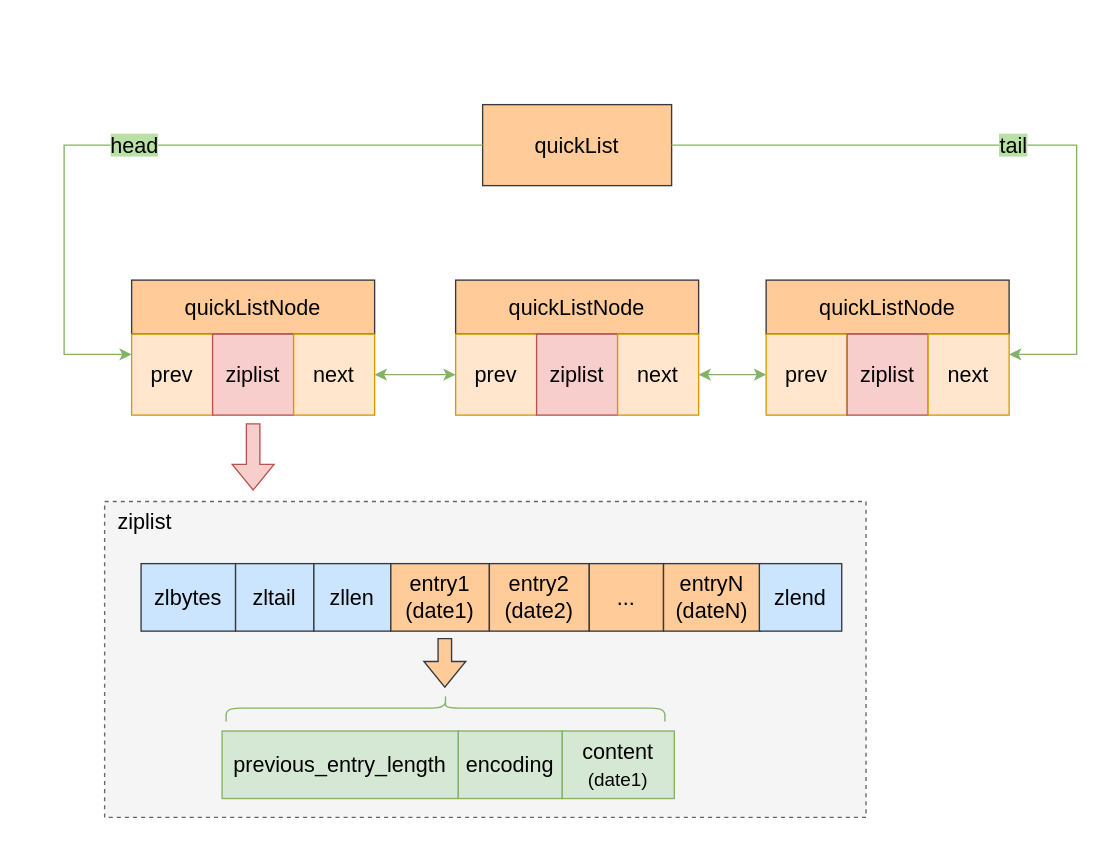
zhangyuying-cn/images keeps this draw.io diagram as page "Redis-List" (3 of 3) of Redis/Redis.drawio. Above is the earlier version. Source tidied: cells renumbered, new cells numbered last; positions are measured from the earlier drawing's top-left corner, leaving out a move shared by most shapes. Both pictures are drawn from the tidied source at 135%, with x=0, y=0 at pixel (63, 104).
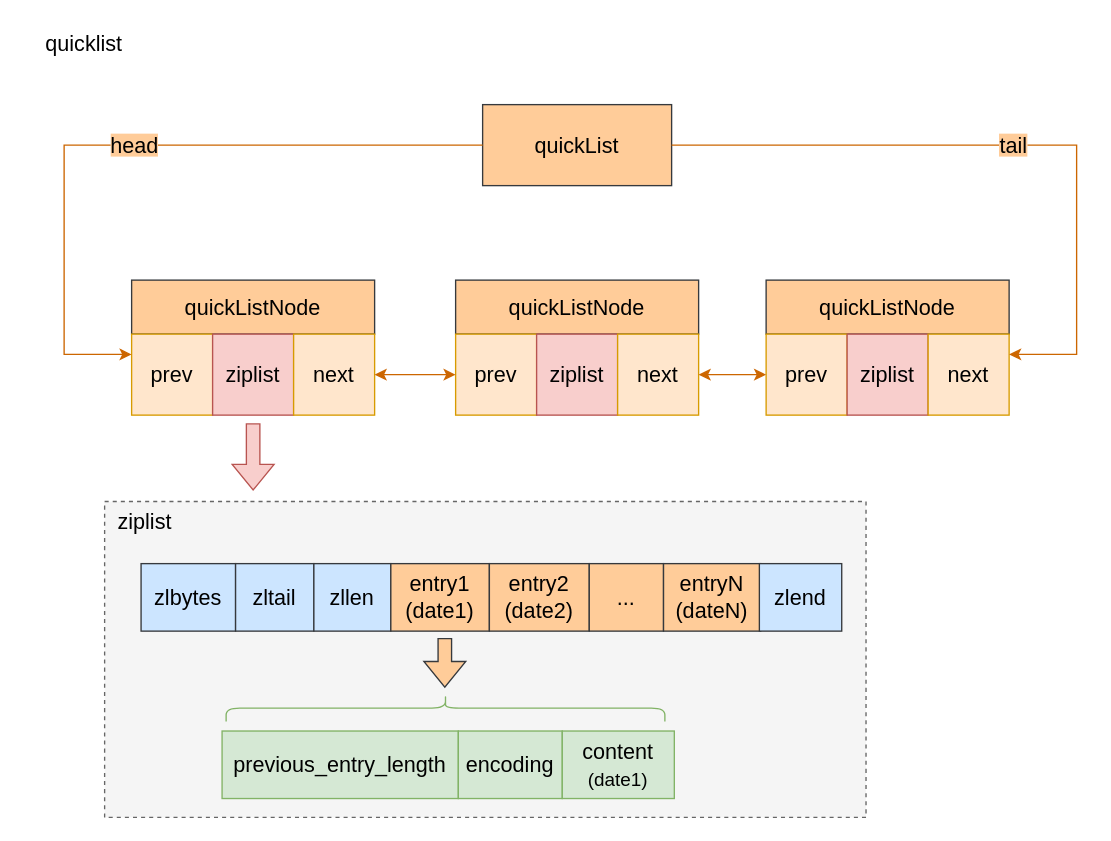
The same page after the edit.

Commit message (it also covers changes not shown here):
List-quickList

The change refers to these unchanged cells:
```xml
<mxCell id="4" value="prev" style="rounded=0;whiteSpace=wrap;html=1;fontSize=16;strokeColor=#d79b00;strokeWidth=1;fillColor=#ffe6cc;" parent="1" vertex="1">
  <mxGeometry x="50" y="170" width="60" height="60" as="geometry" />
</mxCell>
<mxCell id="6" value="next" style="rounded=0;whiteSpace=wrap;html=1;fontSize=16;strokeColor=#d79b00;strokeWidth=1;fillColor=#ffe6cc;" parent="1" vertex="1">
  <mxGeometry x="170" y="170" width="60" height="60" as="geometry" />
</mxCell>
<mxCell id="8" value="prev" style="rounded=0;whiteSpace=wrap;html=1;fontSize=16;strokeColor=#d79b00;strokeWidth=1;fillColor=#ffe6cc;" parent="1" vertex="1">
  <mxGeometry x="290" y="170" width="60" height="60" as="geometry" />
</mxCell>
<mxCell id="10" value="next" style="rounded=0;whiteSpace=wrap;html=1;fontSize=16;strokeColor=#d79b00;strokeWidth=1;fillColor=#ffe6cc;" parent="1" vertex="1">
  <mxGeometry x="410" y="170" width="60" height="60" as="geometry" />
</mxCell>
<mxCell id="12" value="prev" style="rounded=0;whiteSpace=wrap;html=1;fontSize=16;strokeColor=#d79b00;strokeWidth=1;fillColor=#ffe6cc;" parent="1" vertex="1">
  <mxGeometry x="520" y="170" width="60" height="60" as="geometry" />
</mxCell>
<mxCell id="14" value="next" style="rounded=0;whiteSpace=wrap;html=1;fontSize=16;strokeColor=#d79b00;strokeWidth=1;fillColor=#ffe6cc;" parent="1" vertex="1">
  <mxGeometry x="640" y="170" width="60" height="60" as="geometry" />
</mxCell>
<mxCell id="15" value="&lt;font style=&quot;font-size: 16px;&quot; color=&quot;#000000&quot;&gt;quickList&lt;/font&gt;" style="rounded=0;whiteSpace=wrap;html=1;fontSize=14;strokeColor=#36393d;strokeWidth=1;fillColor=#ffcc99;" parent="1" vertex="1">
  <mxGeometry x="310" width="140" height="60" as="geometry" />
</mxCell>
```

Change to the diagram source:
```diff
@@
-    <mxCell id="16" value="&lt;span style=&quot;background-color: rgb(185, 224, 165);&quot;&gt;head&lt;/span&gt;" style="endArrow=classic;html=1;rounded=0;fontSize=16;fontColor=#000000;exitX=0;exitY=0.5;exitDx=0;exitDy=0;entryX=0;entryY=0.25;entryDx=0;entryDy=0;fillColor=#d5e8d4;strokeColor=#82b366;" parent="1" edge="1" source="15" target="4">
+    <mxCell id="16" value="&lt;span style=&quot;background-color: rgb(255, 204, 153);&quot;&gt;head&lt;/span&gt;" style="endArrow=classic;html=1;rounded=0;fontSize=16;fontColor=#000000;exitX=0;exitY=0.5;exitDx=0;exitDy=0;entryX=0;entryY=0.25;entryDx=0;entryDy=0;fillColor=#cdeb8b;strokeColor=#CC6600;" parent="1" edge="1" source="15" target="4">
       <mxGeometry relative="1" as="geometry">
         <Array as="points">
           <mxPoint y="30" />
           <mxPoint y="185" />
         </Array>
       </mxGeometry>
     </mxCell>
-    <mxCell id="17" value="&lt;span style=&quot;background-color: rgb(185, 224, 165);&quot;&gt;tail&lt;/span&gt;" style="endArrow=classic;html=1;rounded=0;fontSize=16;fontColor=#000000;exitX=1;exitY=0.5;exitDx=0;exitDy=0;entryX=1;entryY=0.25;entryDx=0;entryDy=0;fillColor=#d5e8d4;strokeColor=#82b366;" parent="1" edge="1" source="15" target="14">
+    <mxCell id="17" value="&lt;span style=&quot;background-color: rgb(255, 204, 153);&quot;&gt;tail&lt;/span&gt;" style="endArrow=classic;html=1;rounded=0;fontSize=16;fontColor=#000000;exitX=1;exitY=0.5;exitDx=0;exitDy=0;entryX=1;entryY=0.25;entryDx=0;entryDy=0;fillColor=#cdeb8b;strokeColor=#CC6600;" parent="1" edge="1" source="15" target="14">
       <mxGeometry relative="1" as="geometry">
         <Array as="points">
           <mxPoint x="750" y="30" />
           <mxPoint x="750" y="185" />
         </Array>
       </mxGeometry>
     </mxCell>
@@
-    <mxCell id="33" style="endArrow=classic;startArrow=classic;html=1;rounded=0;fontSize=16;fontColor=#000000;exitX=1;exitY=0.5;exitDx=0;exitDy=0;entryX=0;entryY=0.5;entryDx=0;entryDy=0;fillColor=#d5e8d4;strokeColor=#82b366;" parent="1" edge="1" source="6" target="8">
+    <mxCell id="33" style="endArrow=classic;startArrow=classic;html=1;rounded=0;fontSize=16;fontColor=#000000;exitX=1;exitY=0.5;exitDx=0;exitDy=0;entryX=0;entryY=0.5;entryDx=0;entryDy=0;fillColor=#d5e8d4;strokeColor=#CC6600;" parent="1" edge="1" source="6" target="8">
       <mxGeometry relative="1" as="geometry" />
     </mxCell>
-    <mxCell id="34" style="endArrow=classic;startArrow=classic;html=1;rounded=0;fontSize=16;fontColor=#000000;entryX=1;entryY=0.5;entryDx=0;entryDy=0;exitX=0;exitY=0.5;exitDx=0;exitDy=0;fillColor=#d5e8d4;strokeColor=#82b366;" parent="1" edge="1" source="12" target="10">
+    <mxCell id="34" style="endArrow=classic;startArrow=classic;html=1;rounded=0;fontSize=16;fontColor=#000000;entryX=1;entryY=0.5;entryDx=0;entryDy=0;exitX=0;exitY=0.5;exitDx=0;exitDy=0;fillColor=#d5e8d4;strokeColor=#CC6600;" parent="1" edge="1" source="12" target="10">
       <mxGeometry relative="1" as="geometry" />
     </mxCell>
+    <mxCell id="35" value="quicklist" style="text;html=1;strokeColor=none;fillColor=none;align=center;verticalAlign=middle;whiteSpace=wrap;rounded=0;dashed=1;fontSize=16;fontColor=#000000;" parent="1" vertex="1">
+      <mxGeometry x="-30" y="-60" width="90" height="30" as="geometry" />
+    </mxCell>
```
